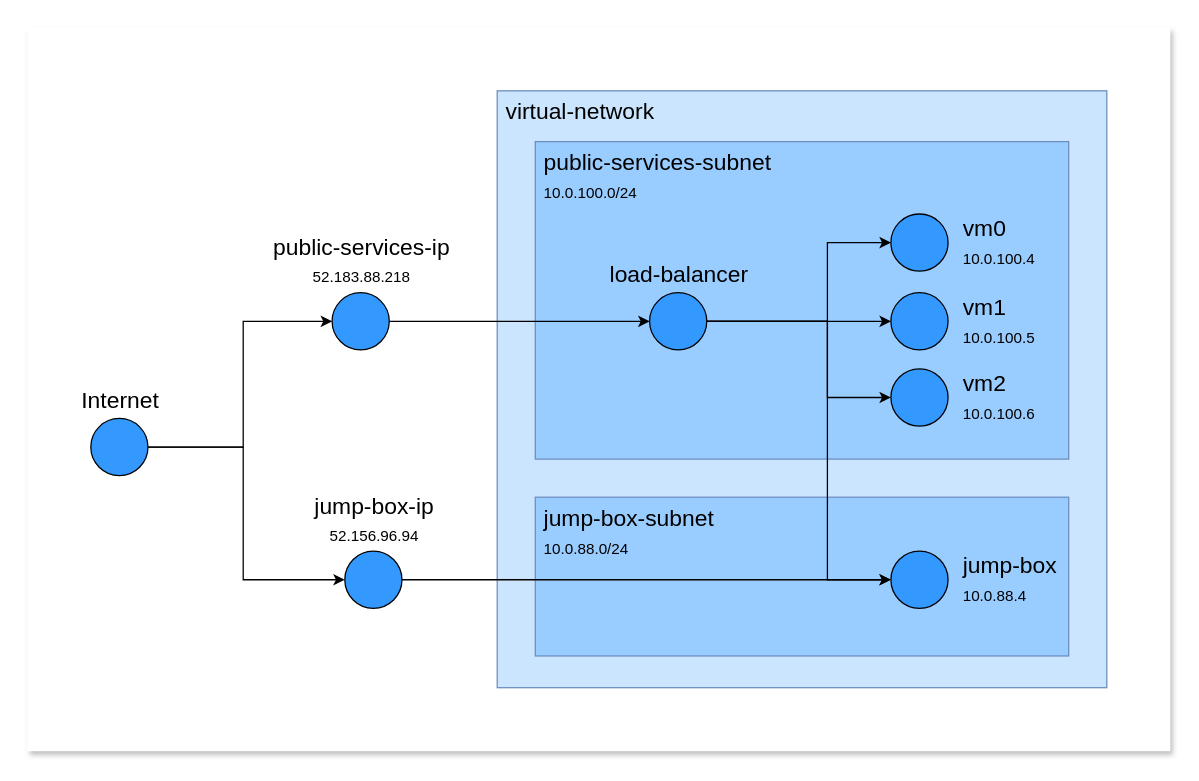
The draw.io diagram page "00.demo.1" (2 of 6) of documentation/src/00.demo.drawio in MikeHopcroft/labyrinth, before the edit. Source tidied: cells renumbered, new cells numbered last; positions are measured from the earlier drawing's top-left corner, leaving out a move shared by most shapes. Both pictures are drawn from the tidied source at 127%, with x=0, y=0 at pixel (27, 27).
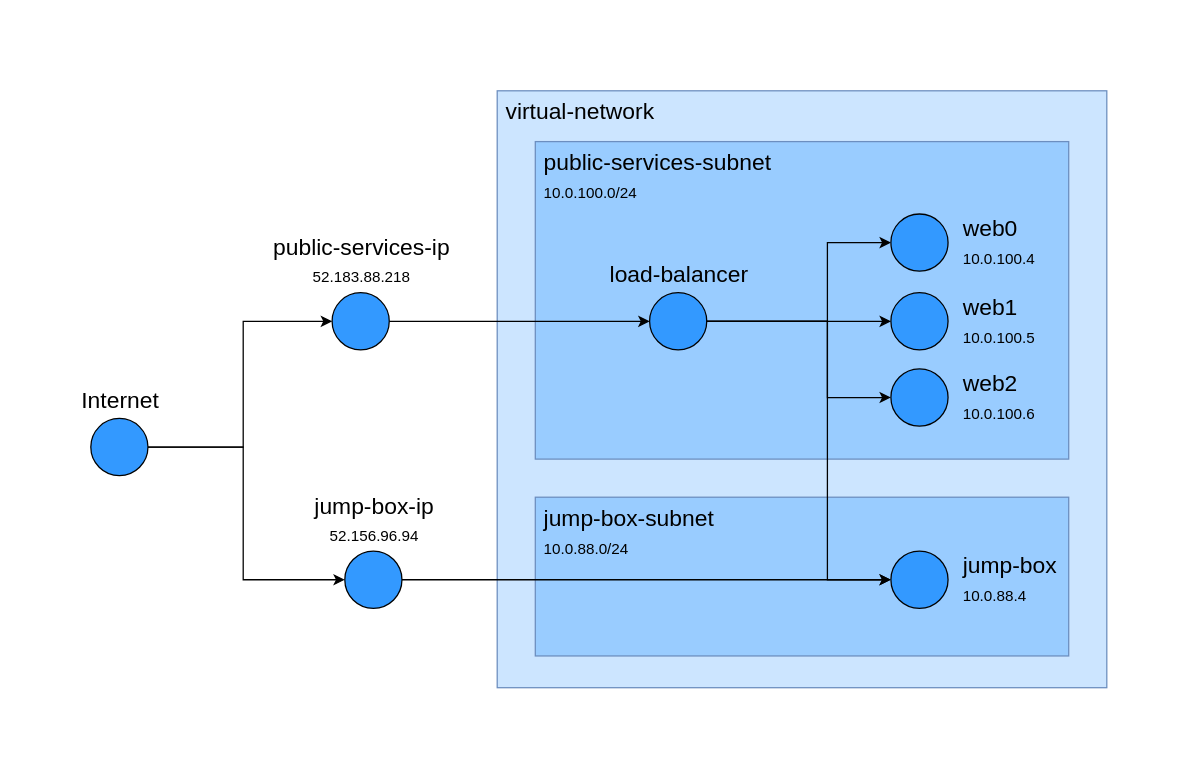
After the change.

Diff of the diagram source:
```diff
@@
-    <mxCell id="2" style="rounded=0;whiteSpace=wrap;html=1;shadow=1;strokeWidth=1;fontSize=18;fontColor=#FF0000;align=left;fillColor=#FFFFFF;strokeColor=none;" parent="1" vertex="1">
+    <mxCell id="2" style="rounded=0;whiteSpace=wrap;html=1;shadow=0;strokeWidth=1;fontSize=18;fontColor=#FF0000;align=left;fillColor=#FFFFFF;strokeColor=none;" parent="1" vertex="1">
       <mxGeometry width="900" height="570" as="geometry" />
     </mxCell>
@@
-    <mxCell id="8" value="&lt;font color=&quot;#000000&quot; style=&quot;line-height: 100%&quot;&gt;vm0&lt;br&gt;&lt;font style=&quot;font-size: 12px&quot;&gt;10.0.100.4&lt;/font&gt;&lt;br&gt;&lt;/font&gt;" style="ellipse;html=1;strokeWidth=1;fontSize=18;fontColor=#FF0000;align=left;fillColor=#3399FF;verticalAlign=middle;labelPosition=right;verticalLabelPosition=middle;spacingLeft=10;" parent="1" vertex="1">
+    <mxCell id="8" value="&lt;font color=&quot;#000000&quot; style=&quot;line-height: 100%&quot;&gt;web0&lt;br&gt;&lt;font style=&quot;font-size: 12px&quot;&gt;10.0.100.4&lt;/font&gt;&lt;br&gt;&lt;/font&gt;" style="ellipse;html=1;strokeWidth=1;fontSize=18;fontColor=#FF0000;align=left;fillColor=#3399FF;verticalAlign=middle;labelPosition=right;verticalLabelPosition=middle;spacingLeft=10;" parent="1" vertex="1">
       <mxGeometry x="680" y="147" width="45" height="45" as="geometry" />
     </mxCell>
-    <mxCell id="9" value="&lt;font color=&quot;#000000&quot; style=&quot;line-height: 100%&quot;&gt;vm1&lt;br&gt;&lt;font style=&quot;font-size: 12px&quot;&gt;10.0.100.5&lt;/font&gt;&lt;br&gt;&lt;/font&gt;" style="ellipse;html=1;strokeWidth=1;fontSize=18;fontColor=#FF0000;align=left;fillColor=#3399FF;verticalAlign=middle;labelPosition=right;verticalLabelPosition=middle;spacingLeft=10;" parent="1" vertex="1">
+    <mxCell id="9" value="&lt;font color=&quot;#000000&quot; style=&quot;line-height: 100%&quot;&gt;web1&lt;br&gt;&lt;font style=&quot;font-size: 12px&quot;&gt;10.0.100.5&lt;/font&gt;&lt;br&gt;&lt;/font&gt;" style="ellipse;html=1;strokeWidth=1;fontSize=18;fontColor=#FF0000;align=left;fillColor=#3399FF;verticalAlign=middle;labelPosition=right;verticalLabelPosition=middle;spacingLeft=10;" parent="1" vertex="1">
       <mxGeometry x="680" y="209" width="45" height="45" as="geometry" />
     </mxCell>
-    <mxCell id="10" value="&lt;font color=&quot;#000000&quot; style=&quot;line-height: 100%&quot;&gt;vm2&lt;br&gt;&lt;font style=&quot;font-size: 12px&quot;&gt;10.0.100.6&lt;/font&gt;&lt;br&gt;&lt;/font&gt;" style="ellipse;html=1;strokeWidth=1;fontSize=18;fontColor=#FF0000;align=left;fillColor=#3399FF;verticalAlign=middle;labelPosition=right;verticalLabelPosition=middle;spacingLeft=10;" parent="1" vertex="1">
+    <mxCell id="10" value="&lt;font color=&quot;#000000&quot; style=&quot;line-height: 100%&quot;&gt;web2&lt;br&gt;&lt;font style=&quot;font-size: 12px&quot;&gt;10.0.100.6&lt;/font&gt;&lt;br&gt;&lt;/font&gt;" style="ellipse;html=1;strokeWidth=1;fontSize=18;fontColor=#FF0000;align=left;fillColor=#3399FF;verticalAlign=middle;labelPosition=right;verticalLabelPosition=middle;spacingLeft=10;" parent="1" vertex="1">
       <mxGeometry x="680" y="269" width="45" height="45" as="geometry" />
     </mxCell>
```
